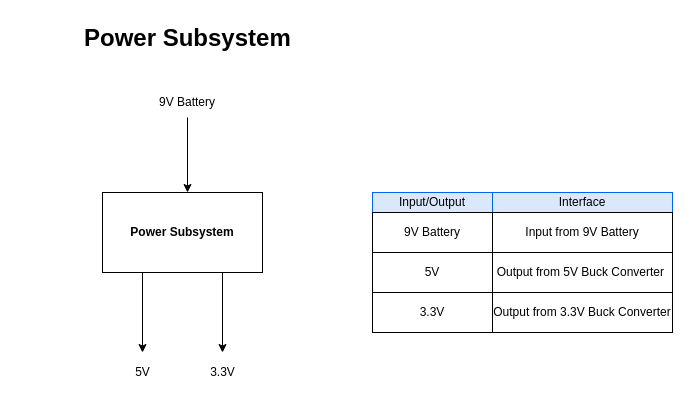
Verkandos/buzzcar keeps this draw.io diagram as PowerSubsystem.drawio. Above is the earlier version. Source tidied: cells renumbered, new cells numbered last; positions are measured from the earlier drawing's top-left corner, leaving out a move shared by most shapes. Both pictures are drawn from the tidied source at 100%, with x=0, y=0 at pixel (82, 17).
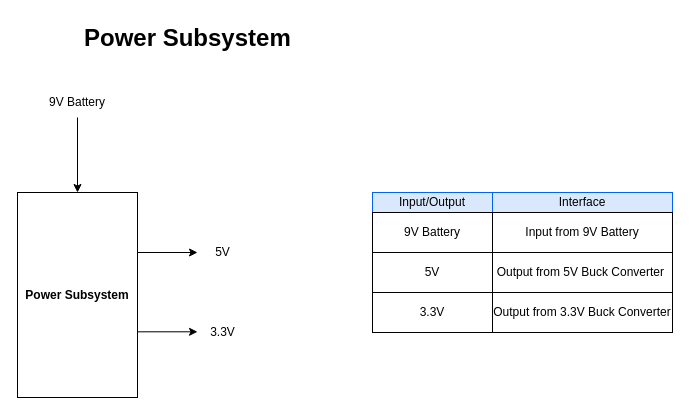
Above is the later version.

Diff of the diagram source:
```diff
@@
     <mxCell id="2" value="&lt;b&gt;Power Subsystem&lt;/b&gt;" style="rounded=0;whiteSpace=wrap;html=1;" parent="1" vertex="1">
-      <mxGeometry x="20" y="175" width="160" height="80" as="geometry" />
+      <mxGeometry x="-65" y="175" width="120" height="205" as="geometry" />
     </mxCell>
@@
-    <mxCell id="4" style="endArrow=classic;html=1;rounded=0;exitX=0.25;exitY=1;exitDx=0;exitDy=0;" parent="1" edge="1" source="2">
+    <mxCell id="4" style="endArrow=classic;html=1;rounded=0;exitX=0.25;exitY=1;exitDx=0;exitDy=0;" parent="1" edge="1">
       <mxGeometry relative="1" as="geometry">
-        <mxPoint x="60" y="335" as="targetPoint" />
+        <mxPoint x="55" y="314.3" as="sourcePoint" />
+        <mxPoint x="115" y="314.3" as="targetPoint" />
       </mxGeometry>
     </mxCell>
-    <mxCell id="5" style="endArrow=classic;html=1;rounded=0;exitX=0.75;exitY=1;exitDx=0;exitDy=0;" parent="1" edge="1" source="2">
+    <mxCell id="5" style="endArrow=classic;html=1;rounded=0;exitX=0.75;exitY=1;exitDx=0;exitDy=0;" parent="1" edge="1">
       <mxGeometry relative="1" as="geometry">
-        <mxPoint x="140" y="335" as="targetPoint" />
+        <mxPoint x="55" y="235" as="sourcePoint" />
+        <mxPoint x="115" y="235" as="targetPoint" />
       </mxGeometry>
     </mxCell>
     <mxCell id="6" value="5V" style="text;html=1;align=center;verticalAlign=middle;strokeColor=none;fillColor=none;" parent="1" vertex="1">
-      <mxGeometry x="40" y="340" width="40" height="30" as="geometry" />
+      <mxGeometry x="120" y="220" width="40" height="30" as="geometry" />
     </mxCell>
     <mxCell id="7" value="3.3V" style="text;html=1;align=center;verticalAlign=middle;strokeColor=none;fillColor=none;" parent="1" vertex="1">
-      <mxGeometry x="115" y="340" width="50" height="30" as="geometry" />
+      <mxGeometry x="115" y="300" width="50" height="30" as="geometry" />
     </mxCell>
     <mxCell id="8" style="edgeStyle=orthogonalEdgeStyle;rounded=0;jettySize=auto;html=1;exitX=0.5;exitY=1;exitDx=0;exitDy=0;entryX=0.25;entryY=0;entryDx=0;entryDy=0;" parent="1" edge="1" source="9">
       <mxGeometry relative="1" as="geometry">
-        <mxPoint x="105" y="175" as="targetPoint" />
+        <mxPoint x="-5" y="175" as="targetPoint" />
       </mxGeometry>
     </mxCell>
     <mxCell id="9" value="9V Battery" style="text;html=1;align=center;verticalAlign=middle;whiteSpace=wrap;rounded=0;" parent="1" vertex="1">
-      <mxGeometry x="75" y="70" width="60" height="30" as="geometry" />
+      <mxGeometry x="-35" y="70" width="60" height="30" as="geometry" />
     </mxCell>
```
